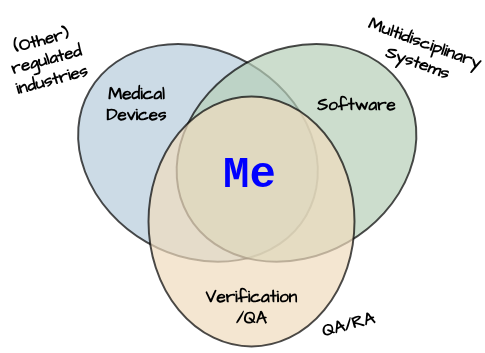
tuejoshua/tuejoshua.github.io keeps this draw.io diagram as VennDiagram.drawio.png. Above is the earlier version. Source tidied: cells renumbered, new cells last; positions are measured from the earlier drawing's top-left corner, leaving out a move shared by most shapes.
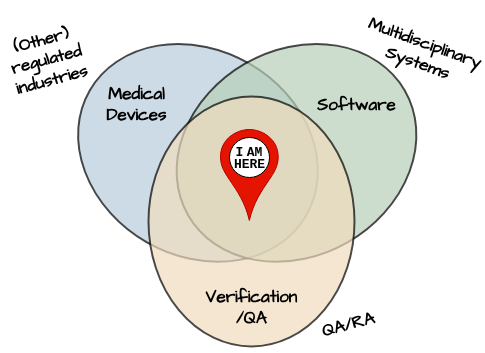
The same diagram one commit later.

Change to the diagram source:
```diff
@@ -20,9 +20,6 @@
     <mxCell id="7" value="Verification&lt;br&gt;/QA" style="text;html=1;align=center;verticalAlign=middle;whiteSpace=wrap;rounded=0;fontFamily=Architects Daughter;fontSource=https%3A%2F%2Ffonts.googleapis.com%2Fcss%3Ffamily%3DArchitects%2BDaughter;fontStyle=1;fontSize=17;" parent="1" vertex="1">
       <mxGeometry x="215" y="263" width="60" height="30" as="geometry" />
     </mxCell>
-    <mxCell id="8" value="Me" style="text;html=1;align=center;verticalAlign=middle;whiteSpace=wrap;rounded=0;fontFamily=Courier New;fontStyle=1;fontSize=44;fontColor=#0000FF;" parent="1" vertex="1">
-      <mxGeometry x="213" y="131" width="60" height="30" as="geometry" />
-    </mxCell>
     <mxCell id="9" value="(Other)&lt;br&gt;regulated&lt;div&gt;industries&lt;/div&gt;" style="text;html=1;align=center;verticalAlign=middle;whiteSpace=wrap;rounded=0;fontFamily=Architects Daughter;fontSource=https%3A%2F%2Ffonts.googleapis.com%2Fcss%3Ffamily%3DArchitects%2BDaughter;fontStyle=1;fontSize=17;rotation=-15;" parent="1" vertex="1">
       <mxGeometry y="0.1" width="80" height="60.9" as="geometry" />
     </mxCell>
@@ -32,5 +29,26 @@
     <mxCell id="11" value="Multidisciplinary&lt;br&gt;Systems" style="text;html=1;align=center;verticalAlign=middle;whiteSpace=wrap;rounded=0;fontFamily=Architects Daughter;fontSource=https%3A%2F%2Ffonts.googleapis.com%2Fcss%3Ffamily%3DArchitects%2BDaughter;fontStyle=1;fontSize=17;rotation=20;" parent="1" vertex="1">
       <mxGeometry x="370" y="0.1" width="90" height="48" as="geometry" />
     </mxCell>
+    <mxCell id="12" style="group;" parent="1" vertex="1">
+      <mxGeometry x="211" y="101" width="63.7" height="91" as="geometry" />
+    </mxCell>
+    <mxCell id="13" style="html=1;whiteSpace=wrap;shape=mxgraph.archimate3.locationIcon;fillColor=#e51400;fontColor=#ffffff;strokeColor=#B20000;" parent="12" vertex="1">
+      <mxGeometry width="63.7" height="91" as="geometry" />
+    </mxCell>
+    <mxCell id="14" style="ellipse;whiteSpace=wrap;html=1;fontStyle=1;fontFamily=Courier New;align=center;fontSize=12;" parent="12" vertex="1">
+      <mxGeometry x="12" y="8" width="40" height="40" as="geometry" />
+    </mxCell>
+    <mxCell id="15" style="group;fontFamily=Courier New;fontStyle=1;fontSize=13;" parent="12" vertex="1">
+      <mxGeometry x="17" y="17" width="30" height="10" as="geometry" />
+    </mxCell>
+    <mxCell id="16" value="&lt;span style=&quot;color: rgb(0, 0, 0); font-style: normal; font-variant-ligatures: normal; font-variant-caps: normal; font-weight: 700; letter-spacing: normal; orphans: 2; text-align: center; text-indent: 0px; text-transform: none; widows: 2; word-spacing: 0px; -webkit-text-stroke-width: 0px; white-space: normal; text-decoration-thickness: initial; text-decoration-style: initial; text-decoration-color: initial; float: none; display: inline !important;&quot;&gt;&lt;font style=&quot;font-size: 13px;&quot;&gt;I&lt;/font&gt;&lt;/span&gt;" style="text;html=1;align=center;verticalAlign=middle;whiteSpace=wrap;rounded=0;fontFamily=Courier New;" parent="15" vertex="1">
+      <mxGeometry width="10" height="10" as="geometry" />
+    </mxCell>
+    <mxCell id="17" value="&lt;span style=&quot;font-weight: 700;&quot;&gt;&lt;font style=&quot;font-size: 13px;&quot;&gt;AM&lt;/font&gt;&lt;/span&gt;" style="text;html=1;align=center;verticalAlign=middle;whiteSpace=wrap;rounded=0;fontFamily=Courier New;" parent="15" vertex="1">
+      <mxGeometry x="10" width="20" height="10" as="geometry" />
+    </mxCell>
+    <mxCell id="18" value="HERE" style="text;html=1;align=center;verticalAlign=middle;whiteSpace=wrap;rounded=0;fontFamily=Courier New;fontStyle=1;fontSize=13;" parent="12" vertex="1">
+      <mxGeometry x="21.9" y="29.4" width="20" height="10" as="geometry" />
+    </mxCell>
   </root>
 </mxGraphModel>
```
